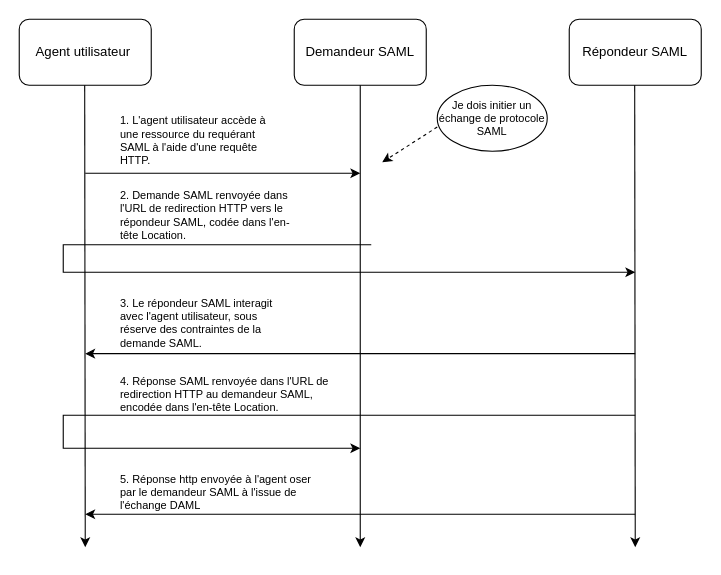
Gu1Gos/FYC keeps this draw.io diagram as SAML 2.0 - Schéma HTTP Post Binding .drawio. Above is the earlier version. Source tidied: cells renumbered, new cells numbered last; positions are measured from the earlier drawing's top-left corner, leaving out a move shared by most shapes. Both pictures are drawn from the tidied source at 110%, with x=0, y=0 at pixel (19, 19).
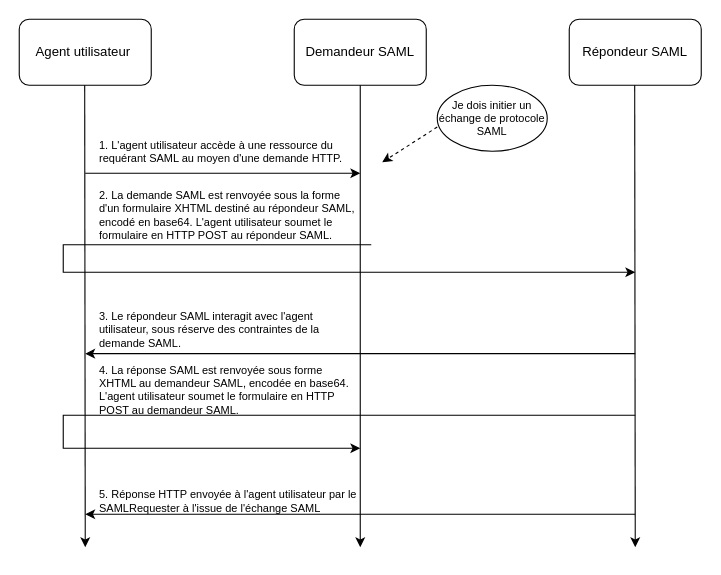
The same page after the edit.

Commit message (it also covers changes not shown here):
Mettre à jour SAML 2.0 - Schéma HTTP Post Binding .drawio

The edit, as a diff of the source:
```diff
@@
-    <mxCell id="6" value="1. L'agent utilisateur accède à une ressource du requérant SAML à l'aide d'une requête HTTP." style="text;whiteSpace=wrap;fontSize=10;" parent="1" vertex="1">
-      <mxGeometry x="90" y="80" width="140" height="30" as="geometry" />
+    <mxCell id="6" value="1. L'agent utilisateur accède à une ressource du requérant SAML au moyen d'une demande HTTP." style="text;whiteSpace=wrap;fontSize=10;" parent="1" vertex="1">
+      <mxGeometry x="71" y="102" width="239" height="30" as="geometry" />
     </mxCell>
@@
-    <mxCell id="11" value="2. Demande SAML renvoyée dans l'URL de redirection HTTP vers le répondeur SAML, codée dans l'en-tête Location." style="text;whiteSpace=wrap;fontSize=10;" parent="1" vertex="1">
-      <mxGeometry x="90" y="148" width="160" height="50" as="geometry" />
+    <mxCell id="11" value="2. La demande SAML est renvoyée sous la forme d'un formulaire XHTML destiné au répondeur SAML, encodé en base64. L'agent utilisateur soumet le formulaire en HTTP POST au répondeur SAML." style="text;whiteSpace=wrap;fontSize=10;" parent="1" vertex="1">
+      <mxGeometry x="71" y="148" width="239" height="42" as="geometry" />
     </mxCell>
@@
     <mxCell id="13" value="3. Le répondeur SAML interagit avec l'agent utilisateur, sous réserve des contraintes de la demande SAML." style="text;whiteSpace=wrap;fontSize=10;" parent="1" vertex="1">
-      <mxGeometry x="90" y="246" width="160" height="50" as="geometry" />
+      <mxGeometry x="71" y="258" width="239" height="50" as="geometry" />
     </mxCell>
@@
-    <mxCell id="15" value="4. Réponse SAML renvoyée dans l'URL de redirection HTTP au demandeur SAML, encodée dans l'en-tête Location." style="text;whiteSpace=wrap;fontSize=10;" parent="1" vertex="1">
-      <mxGeometry x="90" y="317" width="211" height="3" as="geometry" />
+    <mxCell id="15" value="4. La réponse SAML est renvoyée sous forme XHTML au demandeur SAML, encodée en base64. L'agent utilisateur soumet le formulaire en HTTP POST au demandeur SAML." style="text;whiteSpace=wrap;fontSize=10;" parent="1" vertex="1">
+      <mxGeometry x="71" y="307" width="239" height="43" as="geometry" />
     </mxCell>
@@
-    <mxCell id="17" value="5. Réponse http envoyée à l'agent oser par le demandeur SAML à l'issue de l'échange DAML" style="text;whiteSpace=wrap;fontSize=10;" parent="1" vertex="1">
-      <mxGeometry x="90" y="406" width="190" height="40" as="geometry" />
+    <mxCell id="17" value="5. Réponse HTTP envoyée à l'agent utilisateur par le SAMLRequester à l'issue de l'échange SAML" style="text;whiteSpace=wrap;fontSize=10;" parent="1" vertex="1">
+      <mxGeometry x="71" y="420" width="239" height="40" as="geometry" />
     </mxCell>
```
